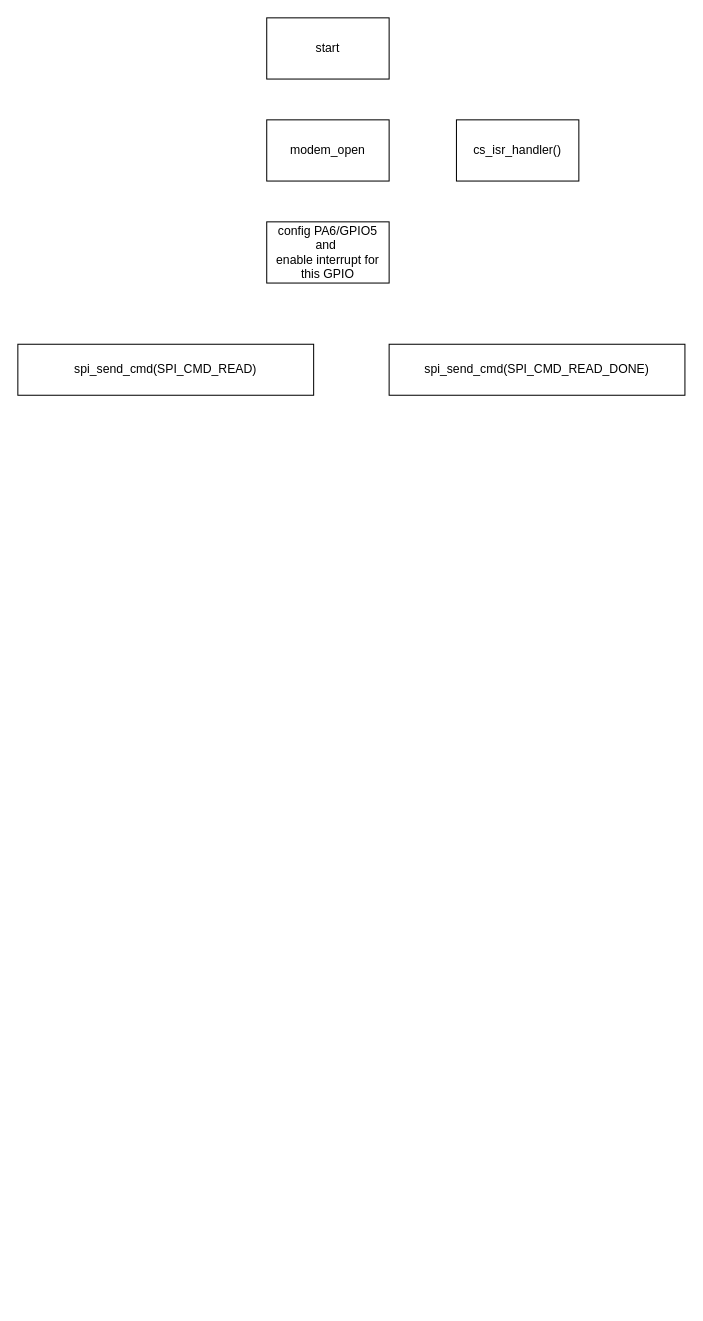
Above: dma_spi_modem.drawio in nishitp007/temp (draw.io), before the change. Source tidied: cells renumbered, new cells numbered last; positions are measured from the earlier drawing's top-left corner, leaving out a move shared by most shapes. Both pictures are drawn from the tidied source at 102%, with x=0, y=0 at pixel (17, 17).
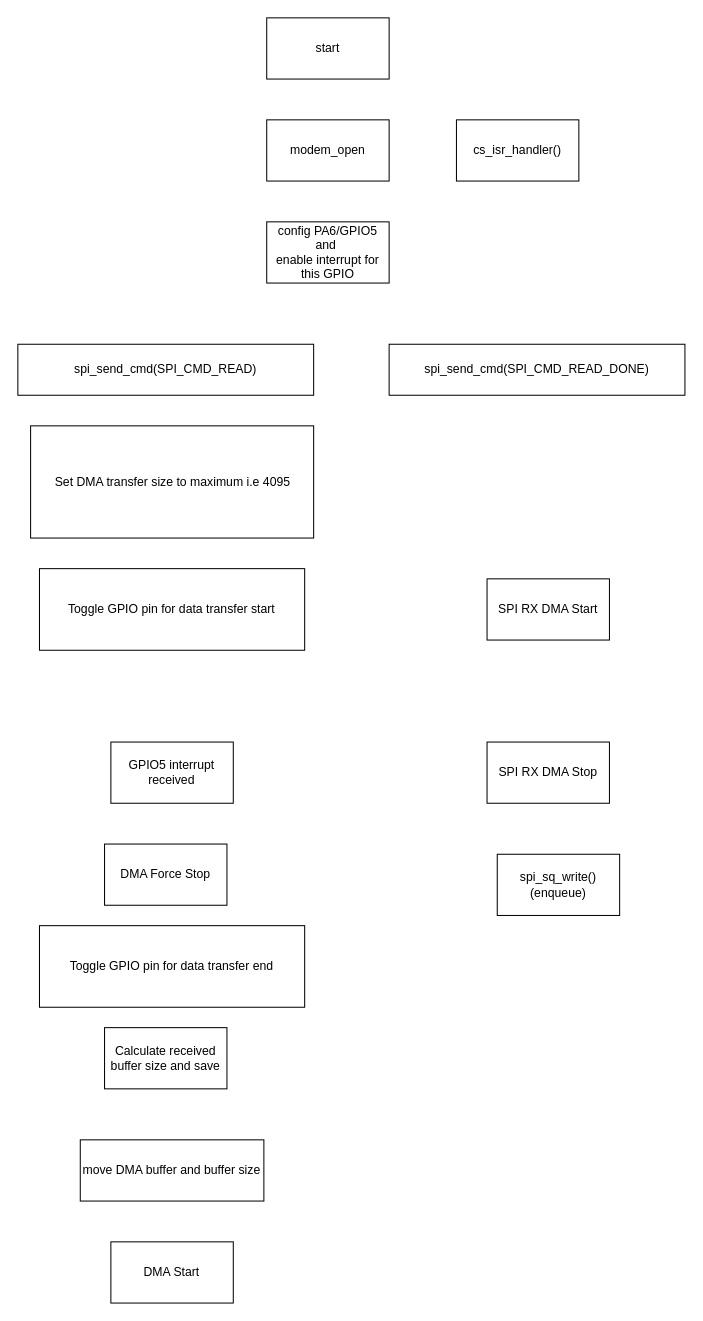
After the change.

The edit, as a diff of the source:
```diff
@@
 <mxGraphModel>
   <root>
     <mxCell id="0" />
     <mxCell id="1" parent="0" />
     <mxCell id="2" value="start" style="rounded=0;whiteSpace=wrap;html=1;" parent="1" vertex="1">
       <mxGeometry x="244" width="120" height="60" as="geometry" />
     </mxCell>
     <mxCell id="3" value="modem_open" style="rounded=0;whiteSpace=wrap;html=1;" parent="1" vertex="1">
       <mxGeometry x="244" y="100" width="120" height="60" as="geometry" />
     </mxCell>
     <mxCell id="4" value="config PA6/GPIO5&lt;br&gt;and&amp;nbsp;&lt;br&gt;enable interrupt for this GPIO" style="rounded=0;whiteSpace=wrap;html=1;" parent="1" vertex="1">
       <mxGeometry x="244" y="200" width="120" height="60" as="geometry" />
     </mxCell>
     <mxCell id="5" value="spi_send_cmd(SPI_CMD_READ)" style="rounded=0;whiteSpace=wrap;html=1;" parent="1" vertex="1">
       <mxGeometry y="320" width="290" height="50" as="geometry" />
     </mxCell>
     <mxCell id="6" value="spi_send_cmd(SPI_CMD_READ_DONE)" style="rounded=0;whiteSpace=wrap;html=1;" parent="1" vertex="1">
       <mxGeometry x="364" y="320" width="290" height="50" as="geometry" />
     </mxCell>
     <mxCell id="7" value="cs_isr_handler()" style="rounded=0;whiteSpace=wrap;html=1;" parent="1" vertex="1">
       <mxGeometry x="430" y="100" width="120" height="60" as="geometry" />
     </mxCell>
+    <mxCell id="8" value="Toggle GPIO pin for data transfer start" style="rounded=0;whiteSpace=wrap;html=1;" parent="1" vertex="1">
+      <mxGeometry x="21.2" y="540" width="260" height="80" as="geometry" />
+    </mxCell>
+    <mxCell id="9" value="Set DMA transfer size to maximum i.e 4095" style="rounded=0;whiteSpace=wrap;html=1;" parent="1" vertex="1">
+      <mxGeometry x="12.5" y="400" width="277.5" height="110" as="geometry" />
+    </mxCell>
+    <mxCell id="10" value="SPI RX DMA Start" style="rounded=0;whiteSpace=wrap;html=1;" parent="1" vertex="1">
+      <mxGeometry x="460" y="550" width="120" height="60" as="geometry" />
+    </mxCell>
+    <mxCell id="11" value="SPI RX DMA Stop" style="rounded=0;whiteSpace=wrap;html=1;" parent="1" vertex="1">
+      <mxGeometry x="460" y="710" width="120" height="60" as="geometry" />
+    </mxCell>
+    <mxCell id="12" value="GPIO5 interrupt received" style="rounded=0;whiteSpace=wrap;html=1;" parent="1" vertex="1">
+      <mxGeometry x="91.2" y="710" width="120" height="60" as="geometry" />
+    </mxCell>
+    <mxCell id="13" value="DMA Force Stop" style="rounded=0;whiteSpace=wrap;html=1;" parent="1" vertex="1">
+      <mxGeometry x="85" y="810" width="120" height="60" as="geometry" />
+    </mxCell>
+    <mxCell id="14" value="Toggle GPIO pin for data transfer end" style="rounded=0;whiteSpace=wrap;html=1;" parent="1" vertex="1">
+      <mxGeometry x="21.2" y="890" width="260" height="80" as="geometry" />
+    </mxCell>
+    <mxCell id="15" value="spi_sq_write()&lt;br&gt;(enqueue)" style="rounded=0;whiteSpace=wrap;html=1;" parent="1" vertex="1">
+      <mxGeometry x="470" y="820" width="120" height="60" as="geometry" />
+    </mxCell>
+    <mxCell id="16" value="Calculate received buffer size and save" style="rounded=0;whiteSpace=wrap;html=1;" parent="1" vertex="1">
+      <mxGeometry x="85" y="990" width="120" height="60" as="geometry" />
+    </mxCell>
+    <mxCell id="17" value="move DMA buffer and buffer size" style="rounded=0;whiteSpace=wrap;html=1;" parent="1" vertex="1">
+      <mxGeometry x="61.2" y="1100" width="180" height="60" as="geometry" />
+    </mxCell>
+    <mxCell id="18" value="DMA Start" style="rounded=0;whiteSpace=wrap;html=1;" parent="1" vertex="1">
+      <mxGeometry x="91.2" y="1200" width="120" height="60" as="geometry" />
+    </mxCell>
   </root>
 </mxGraphModel>
```
